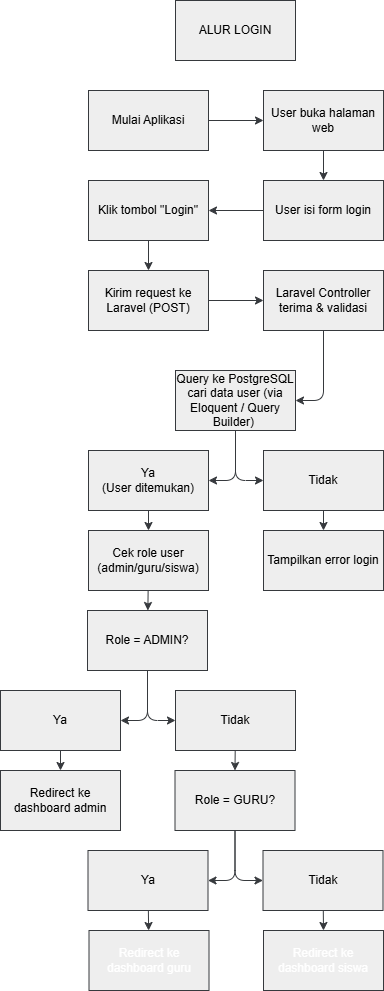
SukaMCD/Aplikasi-Guru keeps this draw.io diagram as Flowchart.drawio.png. Above is the earlier version. Source tidied: cells renumbered, new cells last; positions are measured from the earlier drawing's top-left corner, leaving out a move shared by most shapes.
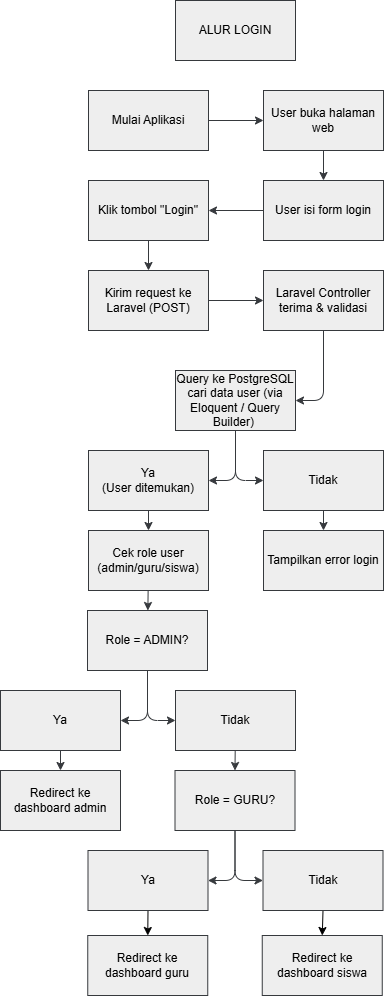
The same file after the commit.

The edit, as a diff of the source:
```diff
@@ -129,26 +129,26 @@
     <mxCell id="34" value="Role = GURU?" style="rounded=0;whiteSpace=wrap;html=1;fillColor=#eeeeee;strokeColor=#36393d;" parent="1" vertex="1">
       <mxGeometry x="174.5" y="770" width="120" height="60" as="geometry" />
     </mxCell>
-    <mxCell id="35" style="edgeStyle=none;html=1;fillColor=#eeeeee;strokeColor=#36393d;" parent="1" edge="1" source="36" target="39">
+    <mxCell id="35" style="edgeStyle=none;html=1;exitX=0.5;exitY=1;exitDx=0;exitDy=0;entryX=0.5;entryY=0;entryDx=0;entryDy=0;" parent="1" edge="1" source="36" target="39">
       <mxGeometry relative="1" as="geometry" />
     </mxCell>
     <mxCell id="36" value="Ya" style="rounded=0;whiteSpace=wrap;html=1;fillColor=#eeeeee;strokeColor=#36393d;" parent="1" vertex="1">
       <mxGeometry x="87.5" y="850" width="120" height="60" as="geometry" />
     </mxCell>
-    <mxCell id="37" style="edgeStyle=none;html=1;entryX=0.5;entryY=0;entryDx=0;entryDy=0;fillColor=#eeeeee;strokeColor=#36393d;" parent="1" edge="1" source="38" target="40">
+    <mxCell id="37" style="edgeStyle=none;html=1;exitX=0.5;exitY=1;exitDx=0;exitDy=0;entryX=0.5;entryY=0;entryDx=0;entryDy=0;" parent="1" edge="1" source="38" target="40">
       <mxGeometry relative="1" as="geometry" />
     </mxCell>
     <mxCell id="38" value="Tidak" style="rounded=0;whiteSpace=wrap;html=1;fillColor=#eeeeee;strokeColor=#36393d;" parent="1" vertex="1">
       <mxGeometry x="262.5" y="850" width="120" height="60" as="geometry" />
     </mxCell>
+    <mxCell id="41" value="ALUR LOGIN" style="rounded=0;whiteSpace=wrap;html=1;fillColor=#eeeeee;strokeColor=#36393d;" parent="1" vertex="1">
+      <mxGeometry x="175" width="120" height="60" as="geometry" />
+    </mxCell>
-    <mxCell id="39" value="&lt;span&gt;&lt;font style=&quot;color: light-dark(rgb(255, 255, 255), rgb(255, 255, 255));&quot;&gt;Redirect ke dashboard guru&lt;/font&gt;&lt;/span&gt;" style="rounded=0;whiteSpace=wrap;html=1;fillColor=#eeeeee;strokeColor=light-dark(#36393D,#FFFFFF);" parent="1" vertex="1">
-      <mxGeometry x="88.5" y="930" width="120" height="60" as="geometry" />
+    <mxCell id="39" value="Redirect ke dashboard guru" style="rounded=0;whiteSpace=wrap;html=1;fillColor=#eeeeee;strokeColor=#36393d;" parent="1" vertex="1">
+      <mxGeometry x="87.2" y="935" width="120" height="60" as="geometry" />
     </mxCell>
-    <mxCell id="40" value="&lt;span&gt;&lt;font style=&quot;color: light-dark(rgb(255, 255, 255), rgb(255, 255, 255));&quot;&gt;Redirect ke dashboard siswa&lt;/font&gt;&lt;/span&gt;" style="rounded=0;whiteSpace=wrap;html=1;fillColor=#eeeeee;strokeColor=light-dark(#36393D,#FFFFFF);" parent="1" vertex="1">
-      <mxGeometry x="263" y="930" width="120" height="60" as="geometry" />
+    <mxCell id="40" value="Redirect ke dashboard siswa" style="rounded=0;whiteSpace=wrap;html=1;fillColor=#eeeeee;strokeColor=#36393d;" parent="1" vertex="1">
+      <mxGeometry x="261.8" y="935" width="120" height="60" as="geometry" />
     </mxCell>
-    <mxCell id="41" value="ALUR LOGIN" style="rounded=0;whiteSpace=wrap;html=1;fillColor=#eeeeee;strokeColor=#36393d;" parent="1" vertex="1">
-      <mxGeometry x="175" width="120" height="60" as="geometry" />
-    </mxCell>
   </root>
 </mxGraphModel>
```
